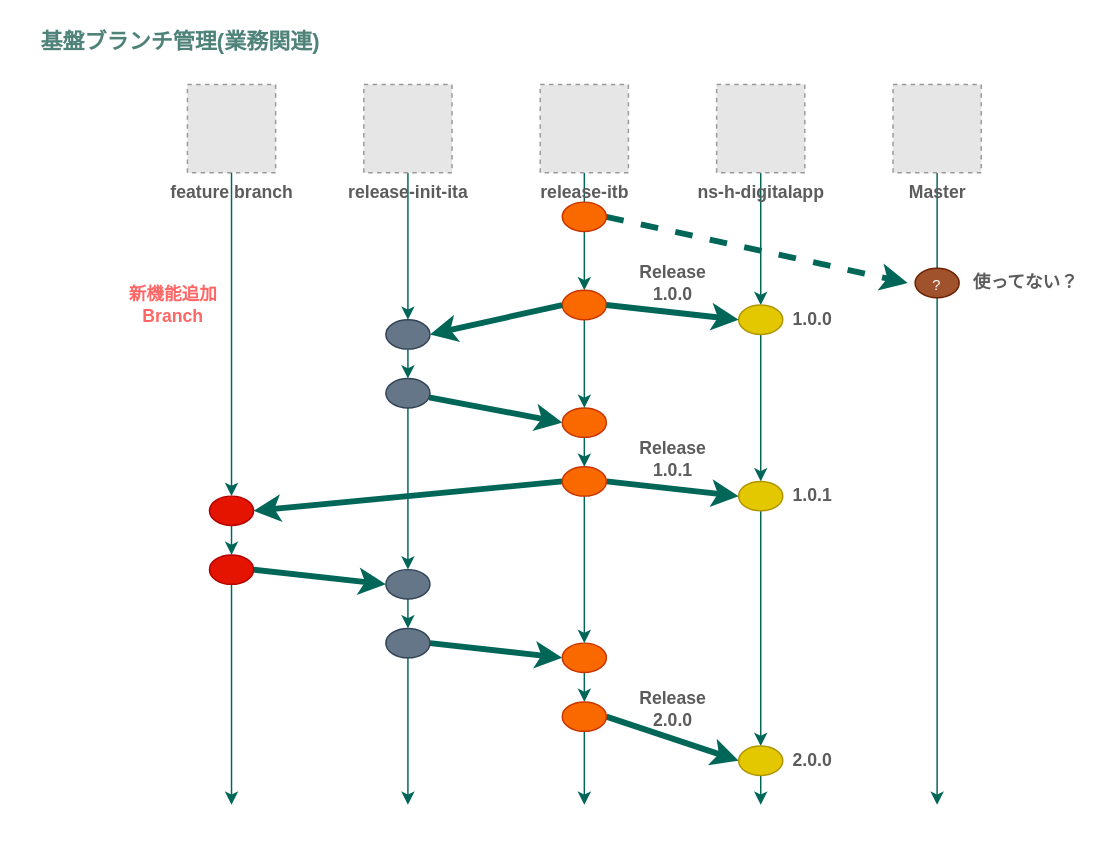
Earlier version of the draw.io diagram page "Page-1" (1 of 2) of Untitled Diagram.drawio (stefan21jp/Liberty). Source tidied: cells renumbered, new cells numbered last; positions are measured from the earlier drawing's top-left corner, leaving out a move shared by most shapes. Both pictures are drawn from the tidied source at 147%, with x=0, y=0 at pixel (25, 25). Pictures stored in the file or linked from it are replaced by grey dashed boxes.
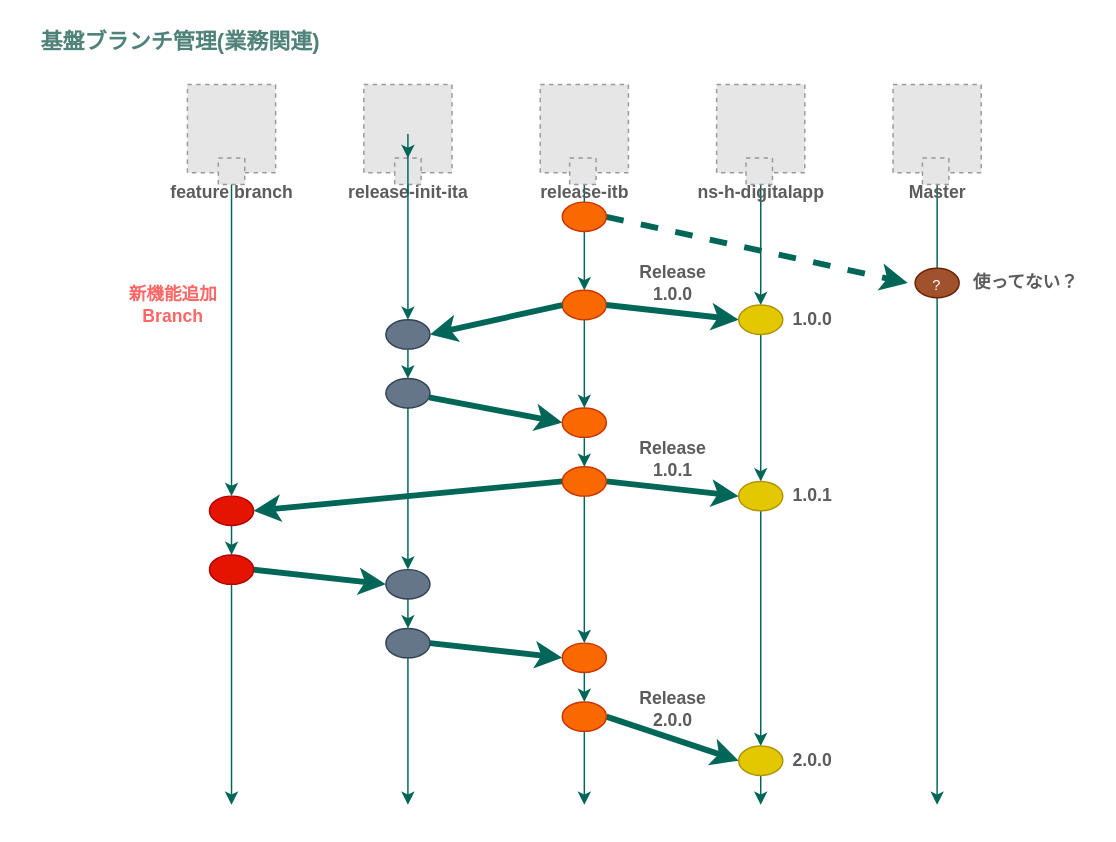
The same diagram, later.

The change refers to these unchanged cells:
```xml
<mxCell id="9" value="release-init-ita" style="fillColor=#E6E6E6;strokeColor=#999999;dashed=1;html=1;verticalAlign=top;verticalLabelPosition=bottom;fontColor=#5C5C5C;fontStyle=1;" parent="1" vertex="1">
  <mxGeometry x="230" y="40" width="60" height="60" as="geometry" />
</mxCell>
<mxCell id="14" style="ellipse;whiteSpace=wrap;html=1;rounded=1;verticalAlign=bottom;fillColor=#647687;strokeColor=#314354;align=center;fontSize=10;fontColor=#ffffff;" parent="1" vertex="1">
  <mxGeometry x="245" y="200" width="30" height="20" as="geometry" />
</mxCell>
```

The edit, as a diff of the source:
```diff
@@
-    <mxCell id="8" style="edgeStyle=orthogonalEdgeStyle;curved=0;rounded=1;sketch=0;jettySize=auto;html=1;entryX=0.5;entryY=0;entryDx=0;entryDy=0;strokeColor=#006658;fontColor=#5C5C5C;" parent="1" edge="1" source="9" target="14">
+    <mxCell id="8" style="edgeStyle=orthogonalEdgeStyle;curved=0;rounded=1;sketch=0;jettySize=auto;html=1;entryX=0.5;entryY=0;entryDx=0;entryDy=0;strokeColor=#006658;fontColor=#5C5C5C;" parent="1" edge="1" source="61" target="14">
       <mxGeometry relative="1" as="geometry" />
     </mxCell>
@@
+    <mxCell id="60" style="fillColor=#E6E6E6;strokeColor=#999999;dashed=1;html=1;verticalAlign=top;verticalLabelPosition=bottom;labelBackgroundColor=#ffffff;fontSize=15;fontColor=#4F8279;" parent="1" vertex="1">
+      <mxGeometry x="131" y="90" width="18" height="18" as="geometry" />
+    </mxCell>
+    <mxCell id="61" style="fillColor=#E6E6E6;strokeColor=#999999;dashed=1;html=1;verticalAlign=top;verticalLabelPosition=bottom;labelBackgroundColor=#ffffff;fontSize=15;fontColor=#4F8279;" parent="1" vertex="1">
+      <mxGeometry x="251" y="90" width="18" height="18" as="geometry" />
+    </mxCell>
+    <mxCell id="62" style="edgeStyle=orthogonalEdgeStyle;curved=0;rounded=1;sketch=0;jettySize=auto;html=1;entryX=0.5;entryY=0;entryDx=0;entryDy=0;strokeColor=#006658;fontColor=#5C5C5C;" parent="1" edge="1" source="9" target="61">
+      <mxGeometry relative="1" as="geometry" />
+    </mxCell>
+    <mxCell id="63" style="fillColor=#E6E6E6;strokeColor=#999999;dashed=1;html=1;verticalAlign=top;verticalLabelPosition=bottom;labelBackgroundColor=#ffffff;fontSize=15;fontColor=#4F8279;" parent="1" vertex="1">
+      <mxGeometry x="370" y="90" width="18" height="18" as="geometry" />
+    </mxCell>
+    <mxCell id="64" style="fillColor=#E6E6E6;strokeColor=#999999;dashed=1;html=1;verticalAlign=top;verticalLabelPosition=bottom;labelBackgroundColor=#ffffff;fontSize=15;fontColor=#4F8279;" parent="1" vertex="1">
+      <mxGeometry x="490" y="90" width="18" height="18" as="geometry" />
+    </mxCell>
+    <mxCell id="65" style="fillColor=#E6E6E6;strokeColor=#999999;dashed=1;html=1;verticalAlign=top;verticalLabelPosition=bottom;labelBackgroundColor=#ffffff;fontSize=15;fontColor=#4F8279;" parent="1" vertex="1">
+      <mxGeometry x="610" y="90" width="18" height="18" as="geometry" />
+    </mxCell>
```
